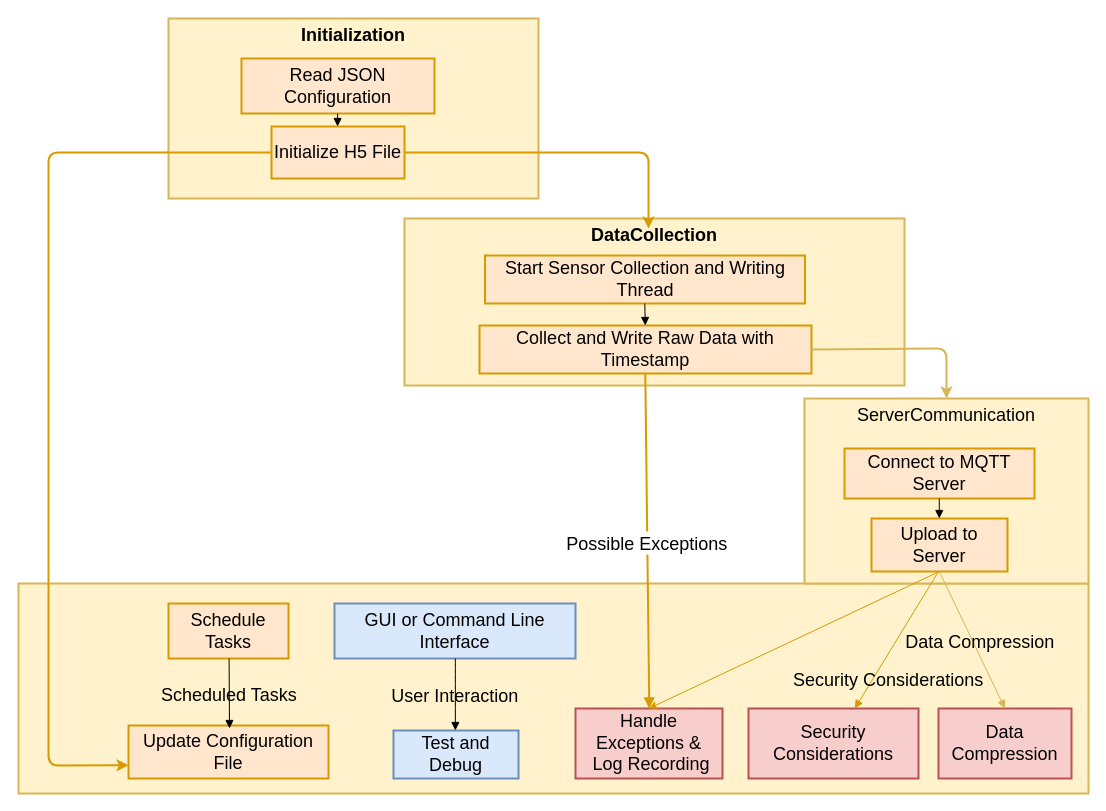
Above: build/未命名绘图.drawio in cowqer/-data-collection-service (draw.io), before the change. Source tidied: cells renumbered, new cells numbered last; positions are measured from the earlier drawing's top-left corner, leaving out a move shared by most shapes. Both pictures are drawn from the tidied source at 100%, with x=0, y=0 at pixel (18, 18).
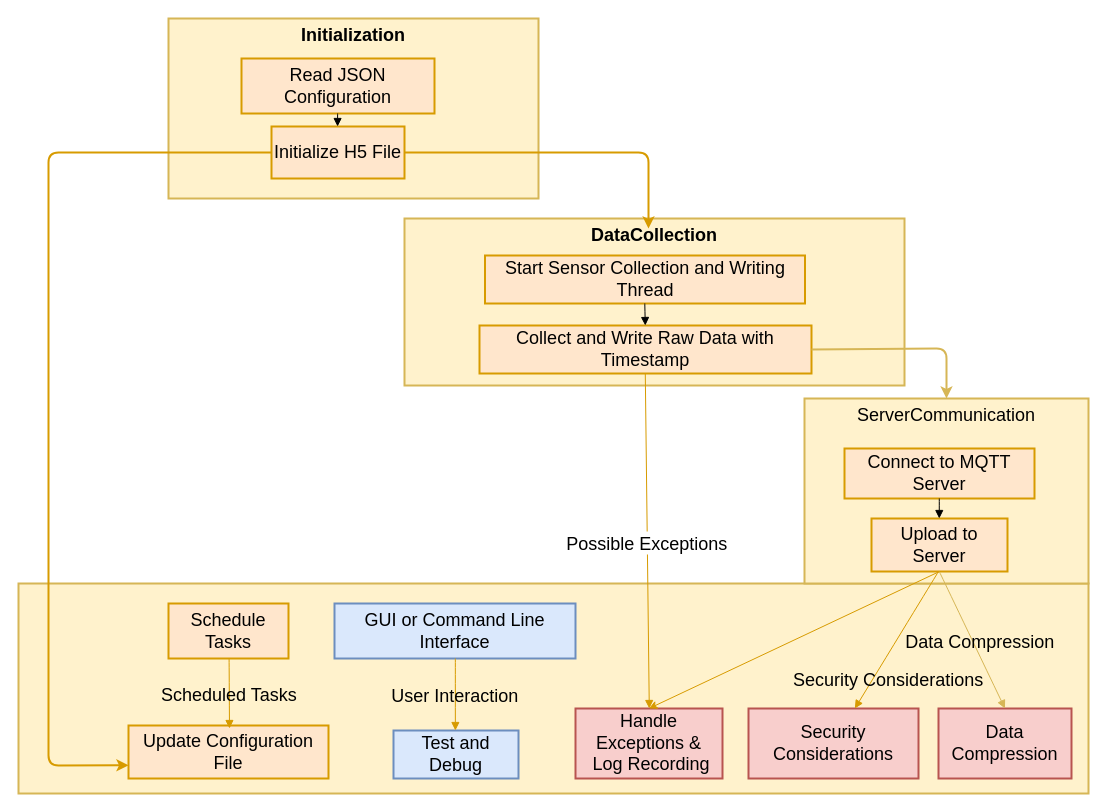
After the change.

Commit message:
更新未命名绘图.drawio

The change refers to these unchanged cells:
```xml
<mxCell id="3" value="Handle Exceptions &amp;&#10; Log Recording" style="whiteSpace=wrap;strokeWidth=2;fontSize=18;rounded=0;fillColor=#f8cecc;strokeColor=#b85450;" parent="1" vertex="1">
  <mxGeometry x="557" y="690" width="147" height="70" as="geometry" />
</mxCell>
<mxCell id="5" value="Schedule Tasks" style="whiteSpace=wrap;strokeWidth=2;fontSize=18;rounded=0;fillColor=#ffe6cc;strokeColor=#d79b00;" parent="1" vertex="1">
  <mxGeometry x="150" y="585" width="120" height="55" as="geometry" />
</mxCell>
<mxCell id="8" value="GUI or Command Line Interface" style="whiteSpace=wrap;strokeWidth=2;fontSize=18;rounded=0;fillColor=#dae8fc;strokeColor=#6c8ebf;" parent="1" vertex="1">
  <mxGeometry x="316" y="585" width="241" height="55" as="geometry" />
</mxCell>
<mxCell id="9" value="Test and Debug" style="whiteSpace=wrap;strokeWidth=2;fontSize=18;rounded=0;fillColor=#dae8fc;strokeColor=#6c8ebf;" parent="1" vertex="1">
  <mxGeometry x="375" y="712" width="125" height="48" as="geometry" />
</mxCell>
<mxCell id="15" value="Collect and Write Raw Data with Timestamp" style="whiteSpace=wrap;strokeWidth=2;fontSize=18;rounded=0;fillColor=#ffe6cc;strokeColor=#d79b00;" parent="1" vertex="1">
  <mxGeometry x="461" y="307" width="332" height="48" as="geometry" />
</mxCell>
```

What changed in the source:
```diff
@@
-    <mxCell id="22" value="Possible Exceptions" style="startArrow=none;endArrow=block;exitX=0.49935290325118836;exitY=1.0181820031368372;entryX=0.5019398903360173;entryY=0.012121431755297112;rounded=1;fontSize=18;strokeWidth=2;fillColor=#ffe6cc;strokeColor=#d79b00;" parent="1" edge="1" source="15" target="3">
+    <mxCell id="22" value="Possible Exceptions" style="startArrow=none;endArrow=block;exitX=0.49935290325118836;exitY=1.0181820031368372;entryX=0.5019398903360173;entryY=0.012121431755297112;rounded=1;fontSize=18;strokeWidth=1;fillColor=#ffe6cc;strokeColor=#d79b00;" parent="1" edge="1" source="15" target="3">
       <mxGeometry x="0.01" relative="1" as="geometry" />
     </mxCell>
@@
-    <mxCell id="24" value="Scheduled Tasks" style="curved=1;startArrow=none;endArrow=block;exitX=0.5052408854166667;exitY=1.024242690115264;rounded=0;fontSize=18;labelBackgroundColor=none;" parent="1" edge="1" source="5">
+    <mxCell id="24" value="Scheduled Tasks" style="curved=1;startArrow=none;endArrow=block;exitX=0.5052408854166667;exitY=1.024242690115264;rounded=0;fontSize=18;labelBackgroundColor=none;fillColor=#ffe6cc;strokeColor=#d79b00;" parent="1" edge="1" source="5">
       <mxGeometry relative="1" as="geometry">
         <mxPoint x="211" y="710" as="targetPoint" />
       </mxGeometry>
     </mxCell>
@@
-    <mxCell id="26" value="User Interaction" style="curved=1;startArrow=none;endArrow=block;exitX=0.501520370546713;exitY=1.024242690115264;entryX=0.4949312744140625;entryY=0.006060860373757102;rounded=0;fontSize=18;labelBackgroundColor=none;" parent="1" edge="1" source="8" target="9">
+    <mxCell id="26" value="User Interaction" style="curved=1;startArrow=none;endArrow=block;exitX=0.501520370546713;exitY=1.024242690115264;entryX=0.4949312744140625;entryY=0.006060860373757102;rounded=0;fontSize=18;labelBackgroundColor=none;fillColor=#ffe6cc;strokeColor=#d79b00;" parent="1" edge="1" source="8" target="9">
       <mxGeometry relative="1" as="geometry" />
     </mxCell>
```
